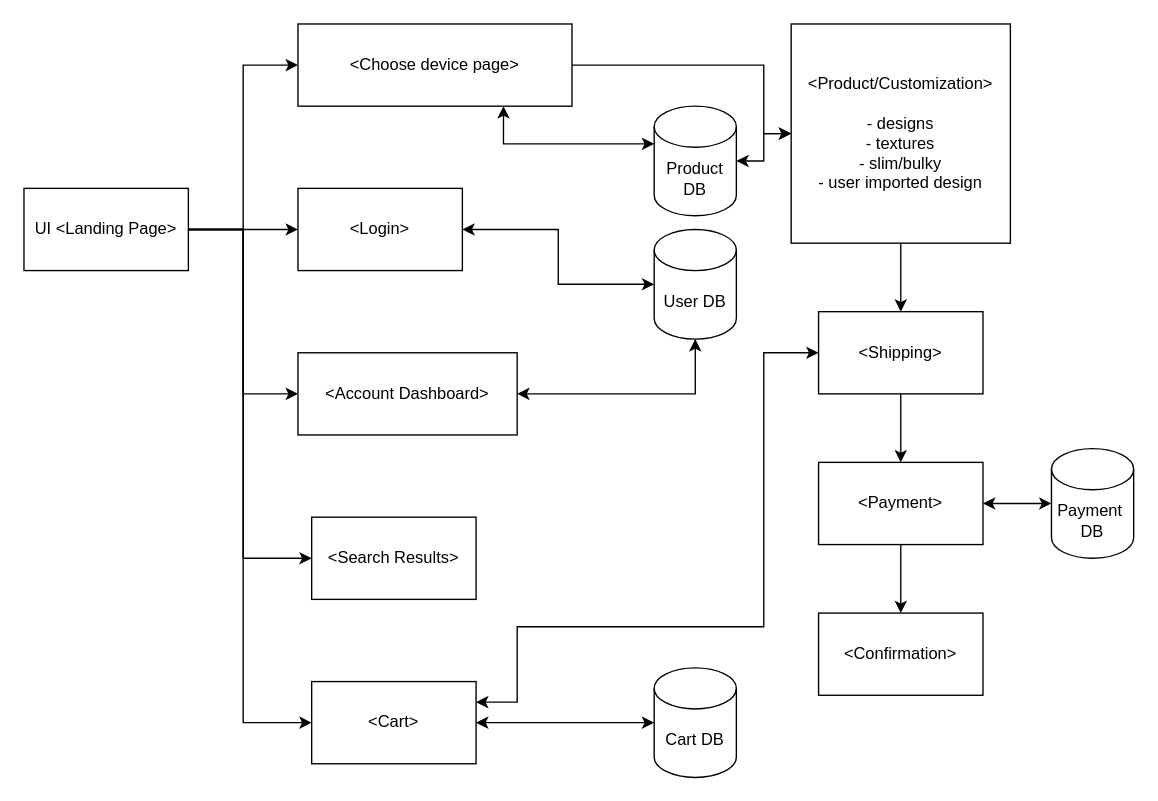
Earlier version of the draw.io diagram SWA Diagram.drawio (MDamiRight/decalProject250). Source tidied: cells renumbered, new cells numbered last; positions are measured from the earlier drawing's top-left corner, leaving out a move shared by most shapes. Both pictures are drawn from the tidied source at 137%, with x=0, y=0 at pixel (23, 23).
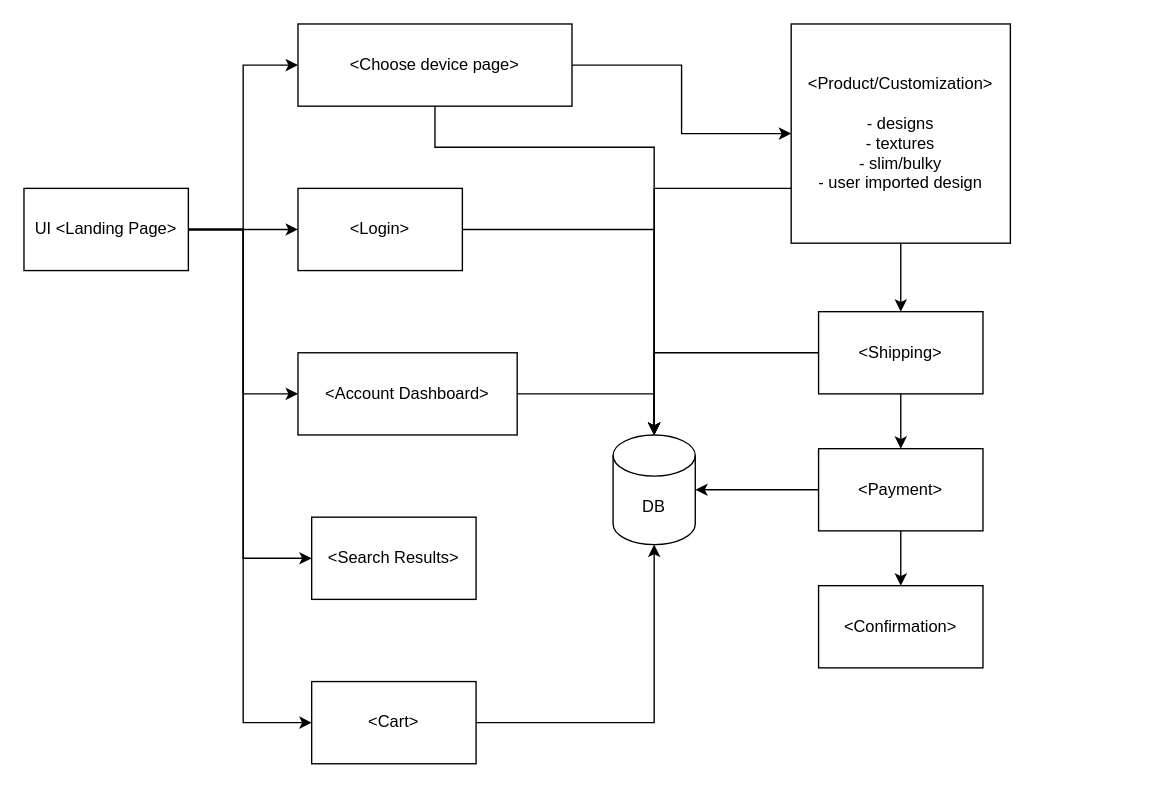
The same page after the edit.

The change refers to these unchanged cells:
```xml
<mxCell id="9" value="&amp;lt;Choose device page&amp;gt;" style="rounded=0;whiteSpace=wrap;html=1;" parent="1" vertex="1">
  <mxGeometry x="200" width="200" height="60" as="geometry" />
</mxCell>
<mxCell id="10" value="&amp;lt;Login&amp;gt;" style="rounded=0;whiteSpace=wrap;html=1;" parent="1" vertex="1">
  <mxGeometry x="200" y="120" width="120" height="60" as="geometry" />
</mxCell>
<mxCell id="12" value="&amp;lt;Cart&amp;gt;" style="rounded=0;whiteSpace=wrap;html=1;" parent="1" vertex="1">
  <mxGeometry x="210" y="480" width="120" height="60" as="geometry" />
</mxCell>
<mxCell id="21" value="&amp;lt;Product/Customization&amp;gt;&lt;br&gt;&lt;br&gt;- designs&lt;br&gt;- textures&lt;br&gt;- slim/bulky&lt;br&gt;- user imported design" style="whiteSpace=wrap;html=1;" parent="1" vertex="1">
  <mxGeometry x="560" width="160" height="160" as="geometry" />
</mxCell>
<mxCell id="23" value="&amp;lt;Shipping&amp;gt;" style="rounded=0;whiteSpace=wrap;html=1;" parent="1" vertex="1">
  <mxGeometry x="580" y="210" width="120" height="60" as="geometry" />
</mxCell>
<mxCell id="28" value="&amp;lt;Account Dashboard&amp;gt;" style="rounded=0;whiteSpace=wrap;html=1;" parent="1" vertex="1">
  <mxGeometry x="200" y="240" width="160" height="60" as="geometry" />
</mxCell>
```

The edit, as a diff of the source:
```diff
@@
     <mxCell id="8" style="edgeStyle=orthogonalEdgeStyle;rounded=0;jettySize=auto;html=1;exitX=1;exitY=0.5;exitDx=0;exitDy=0;entryX=0;entryY=0.5;entryDx=0;entryDy=0;" parent="1" edge="1" source="9" target="21">
-      <mxGeometry relative="1" as="geometry">
-        <Array as="points">
-          <mxPoint x="540" y="30" />
-          <mxPoint x="540" y="80" />
-        </Array>
-      </mxGeometry>
+      <mxGeometry relative="1" as="geometry" />
     </mxCell>
@@
-    <mxCell id="11" style="edgeStyle=orthogonalEdgeStyle;rounded=0;jettySize=auto;html=1;exitX=1;exitY=0.25;exitDx=0;exitDy=0;entryX=0;entryY=0.5;entryDx=0;entryDy=0;startArrow=classic;startFill=1;" parent="1" edge="1" source="12" target="23">
-      <mxGeometry relative="1" as="geometry">
-        <Array as="points">
-          <mxPoint x="360" y="495" />
-          <mxPoint x="360" y="440" />
-          <mxPoint x="540" y="440" />
-          <mxPoint x="540" y="240" />
-        </Array>
-      </mxGeometry>
-    </mxCell>
@@
-    <mxCell id="13" style="edgeStyle=orthogonalEdgeStyle;rounded=0;jettySize=auto;html=1;exitX=0;exitY=0;exitDx=0;exitDy=27.5;exitPerimeter=0;entryX=0.75;entryY=1;entryDx=0;entryDy=0;startArrow=classic;startFill=1;" parent="1" edge="1" source="15" target="9">
-      <mxGeometry relative="1" as="geometry" />
-    </mxCell>
-    <mxCell id="14" style="edgeStyle=orthogonalEdgeStyle;rounded=0;jettySize=auto;html=1;exitX=1;exitY=0.5;exitDx=0;exitDy=0;exitPerimeter=0;entryX=0;entryY=0.5;entryDx=0;entryDy=0;startArrow=classic;startFill=1;" parent="1" edge="1" source="15" target="21">
-      <mxGeometry relative="1" as="geometry" />
-    </mxCell>
-    <mxCell id="15" value="Product DB" style="shape=cylinder3;whiteSpace=wrap;html=1;boundedLbl=1;backgroundOutline=1;size=15;" parent="1" vertex="1">
-      <mxGeometry x="460" y="60" width="60" height="80" as="geometry" />
-    </mxCell>
-    <mxCell id="16" style="edgeStyle=orthogonalEdgeStyle;rounded=0;jettySize=auto;html=1;exitX=0;exitY=0.5;exitDx=0;exitDy=0;exitPerimeter=0;entryX=1;entryY=0.5;entryDx=0;entryDy=0;startArrow=classic;startFill=1;" parent="1" edge="1" source="17" target="10">
-      <mxGeometry relative="1" as="geometry" />
-    </mxCell>
-    <mxCell id="17" value="User DB" style="shape=cylinder3;whiteSpace=wrap;html=1;boundedLbl=1;backgroundOutline=1;size=15;" parent="1" vertex="1">
-      <mxGeometry x="460" y="150" width="60" height="80" as="geometry" />
-    </mxCell>
-    <mxCell id="18" style="edgeStyle=orthogonalEdgeStyle;rounded=0;jettySize=auto;html=1;exitX=0;exitY=0.5;exitDx=0;exitDy=0;exitPerimeter=0;entryX=1;entryY=0.5;entryDx=0;entryDy=0;startArrow=classic;startFill=1;" parent="1" edge="1" source="19" target="12">
-      <mxGeometry relative="1" as="geometry" />
-    </mxCell>
-    <mxCell id="19" value="Cart DB" style="shape=cylinder3;whiteSpace=wrap;html=1;boundedLbl=1;backgroundOutline=1;size=15;" parent="1" vertex="1">
-      <mxGeometry x="460" y="470" width="60" height="80" as="geometry" />
-    </mxCell>
@@
     <mxCell id="25" value="&amp;lt;Payment&amp;gt;" style="rounded=0;whiteSpace=wrap;html=1;" parent="1" vertex="1">
-      <mxGeometry x="580" y="320" width="120" height="60" as="geometry" />
+      <mxGeometry x="580" y="310" width="120" height="60" as="geometry" />
     </mxCell>
     <mxCell id="26" value="&amp;lt;Confirmation&amp;gt;" style="rounded=0;whiteSpace=wrap;html=1;" parent="1" vertex="1">
-      <mxGeometry x="580" y="430" width="120" height="60" as="geometry" />
+      <mxGeometry x="580" y="410" width="120" height="60" as="geometry" />
     </mxCell>
@@
-    <mxCell id="29" style="edgeStyle=orthogonalEdgeStyle;rounded=0;jettySize=auto;html=1;exitX=1;exitY=0.5;exitDx=0;exitDy=0;entryX=0.5;entryY=1;entryDx=0;entryDy=0;entryPerimeter=0;startArrow=classic;startFill=1;" parent="1" edge="1" source="28" target="17">
-      <mxGeometry relative="1" as="geometry" />
-    </mxCell>
-    <mxCell id="30" value="Payment&amp;nbsp;&lt;br&gt;DB" style="shape=cylinder3;whiteSpace=wrap;html=1;boundedLbl=1;backgroundOutline=1;size=15;" parent="1" vertex="1">
-      <mxGeometry x="750" y="310" width="60" height="80" as="geometry" />
-    </mxCell>
-    <mxCell id="31" style="edgeStyle=orthogonalEdgeStyle;rounded=0;jettySize=auto;html=1;exitX=1;exitY=0.5;exitDx=0;exitDy=0;entryX=0;entryY=0.5;entryDx=0;entryDy=0;entryPerimeter=0;startArrow=classic;startFill=1;" parent="1" edge="1" source="25" target="30">
-      <mxGeometry relative="1" as="geometry" />
-    </mxCell>
+    <mxCell id="32" value="DB" style="shape=cylinder3;whiteSpace=wrap;html=1;boundedLbl=1;backgroundOutline=1;size=15;" parent="1" vertex="1">
+      <mxGeometry x="430" y="300" width="60" height="80" as="geometry" />
+    </mxCell>
+    <mxCell id="33" style="edgeStyle=orthogonalEdgeStyle;rounded=0;jettySize=auto;html=1;exitX=1;exitY=0.5;exitDx=0;exitDy=0;entryX=0.5;entryY=0;entryDx=0;entryDy=0;entryPerimeter=0;" parent="1" edge="1" source="28" target="32">
+      <mxGeometry relative="1" as="geometry" />
+    </mxCell>
+    <mxCell id="34" style="edgeStyle=orthogonalEdgeStyle;rounded=0;jettySize=auto;html=1;exitX=1;exitY=0.5;exitDx=0;exitDy=0;entryX=0.5;entryY=0;entryDx=0;entryDy=0;entryPerimeter=0;" parent="1" edge="1" source="10" target="32">
+      <mxGeometry relative="1" as="geometry" />
+    </mxCell>
+    <mxCell id="35" style="edgeStyle=orthogonalEdgeStyle;rounded=0;jettySize=auto;html=1;exitX=0.5;exitY=1;exitDx=0;exitDy=0;entryX=0.5;entryY=0;entryDx=0;entryDy=0;entryPerimeter=0;" parent="1" edge="1" source="9" target="32">
+      <mxGeometry relative="1" as="geometry">
+        <Array as="points">
+          <mxPoint x="300" y="90" />
+          <mxPoint x="460" y="90" />
+        </Array>
+      </mxGeometry>
+    </mxCell>
+    <mxCell id="36" style="edgeStyle=orthogonalEdgeStyle;rounded=0;jettySize=auto;html=1;exitX=1;exitY=0.5;exitDx=0;exitDy=0;entryX=0.5;entryY=1;entryDx=0;entryDy=0;entryPerimeter=0;" parent="1" edge="1" source="12" target="32">
+      <mxGeometry relative="1" as="geometry" />
+    </mxCell>
+    <mxCell id="37" style="edgeStyle=orthogonalEdgeStyle;rounded=0;jettySize=auto;html=1;exitX=0;exitY=0.75;exitDx=0;exitDy=0;entryX=0.5;entryY=0;entryDx=0;entryDy=0;entryPerimeter=0;" parent="1" edge="1" source="21" target="32">
+      <mxGeometry relative="1" as="geometry" />
+    </mxCell>
+    <mxCell id="38" style="edgeStyle=orthogonalEdgeStyle;rounded=0;jettySize=auto;html=1;exitX=0;exitY=0.5;exitDx=0;exitDy=0;entryX=1;entryY=0.5;entryDx=0;entryDy=0;entryPerimeter=0;" parent="1" edge="1" source="25" target="32">
+      <mxGeometry relative="1" as="geometry" />
+    </mxCell>
+    <mxCell id="39" style="edgeStyle=orthogonalEdgeStyle;rounded=0;jettySize=auto;html=1;exitX=0;exitY=0.5;exitDx=0;exitDy=0;entryX=0.5;entryY=0;entryDx=0;entryDy=0;entryPerimeter=0;" parent="1" edge="1" source="23" target="32">
+      <mxGeometry relative="1" as="geometry" />
+    </mxCell>
```
